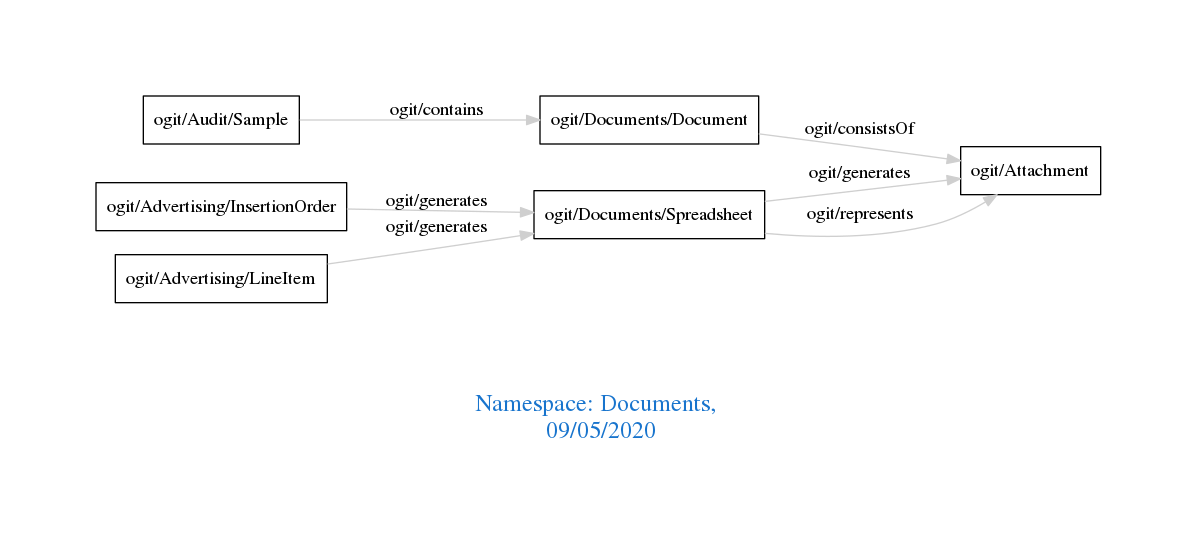
Earlier version of the Graphviz export downloads/Documents.png (arago/OGIT). Its source is kept beside it as downloads/Documents.dot.
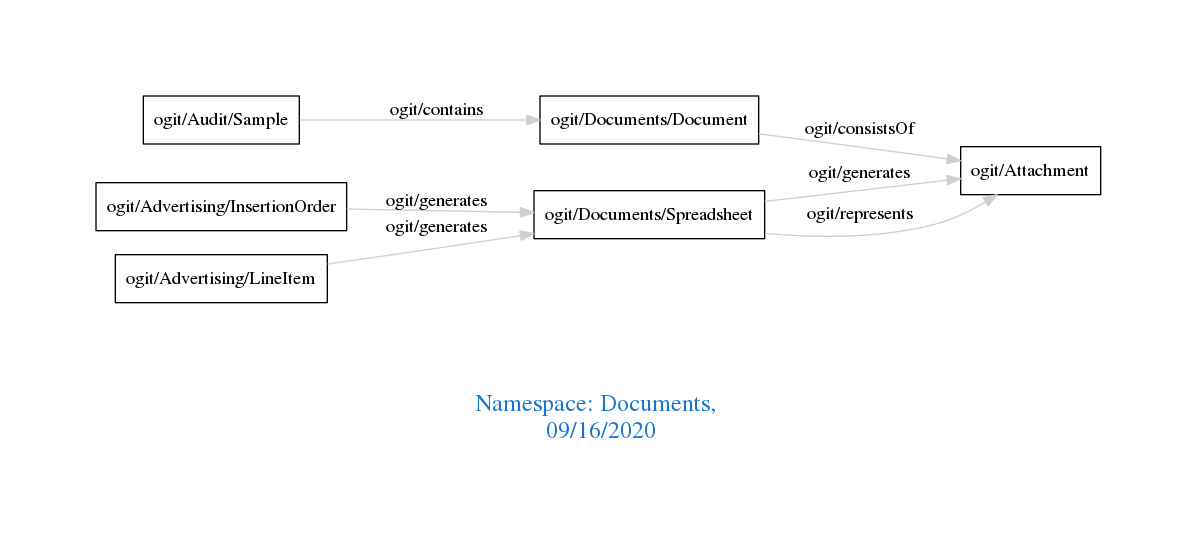
The same diagram one commit later.

What changed in the source:
```diff
@@ -1,7 +1,7 @@
 digraph OGIT_ontology {
  graph [ rankdir= LR,pad=1
 fontsize = 18,
-fontcolor= dodgerblue3,label = "\n\n\nNamespace: Documents, \n 09/05/2020"];
+fontcolor= dodgerblue3,label = "\n\n\nNamespace: Documents, \n 09/16/2020"];
 node[shape=polygon];
 edge [  color="gray81"];
 
```
